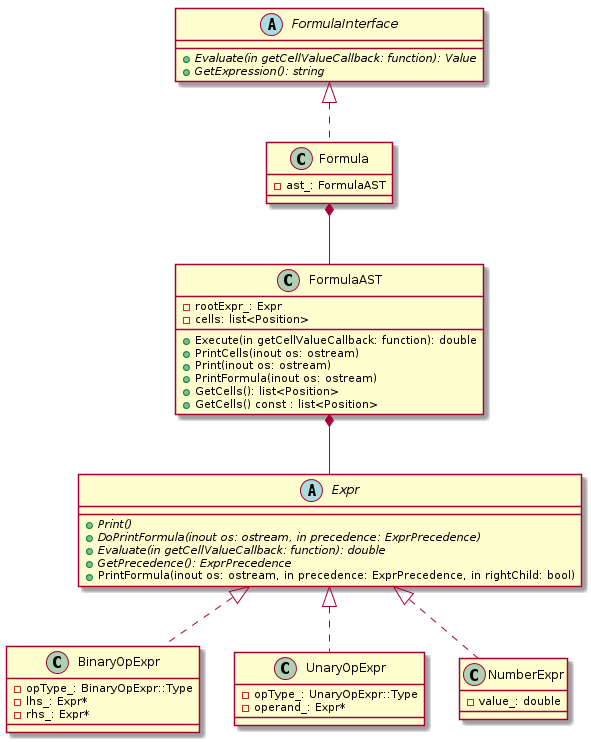
Before: uml/png/formula.png, a diagram exported from PlantUML (kazarynau/YandexPraktikumFinal).
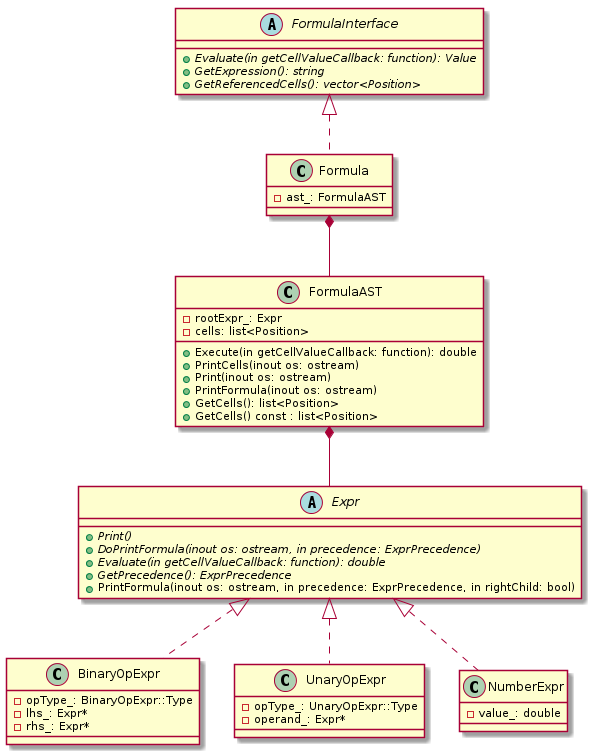
The same diagram one commit later.

What changed in the source:
```diff
@@ -45,6 +45,7 @@
 abstract class FormulaInterface {
     +{abstract} Evaluate(in getCellValueCallback: function): Value
     +{abstract} GetExpression(): string
+    +{abstract} GetReferencedCells(): vector<Position>
 }
 
 class Formula {
```
